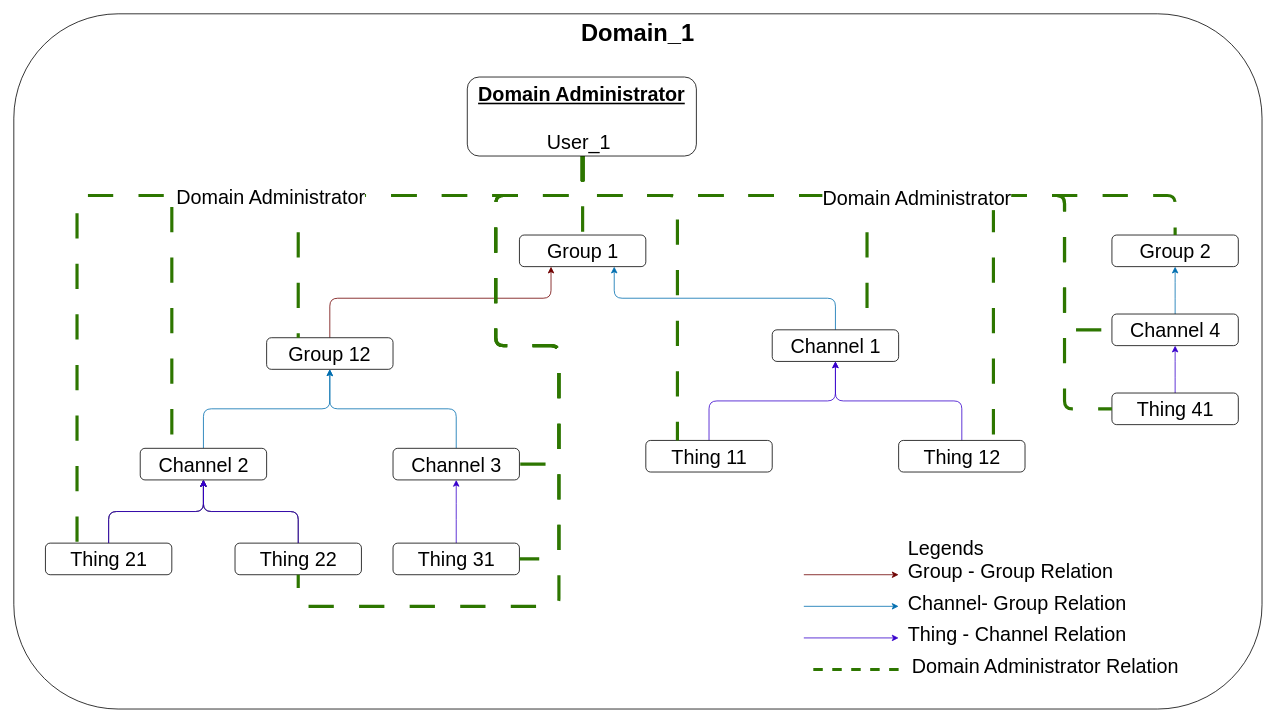
Before: docs/diagrams/domain_users_administrator.drawio in absmach/supermq-docs, a draw.io diagram. Source tidied: cells renumbered, new cells numbered last; positions are measured from the earlier drawing's top-left corner, leaving out a move shared by most shapes. Both pictures are drawn from the tidied source at 79%, with x=0, y=0 at pixel (13, 13).
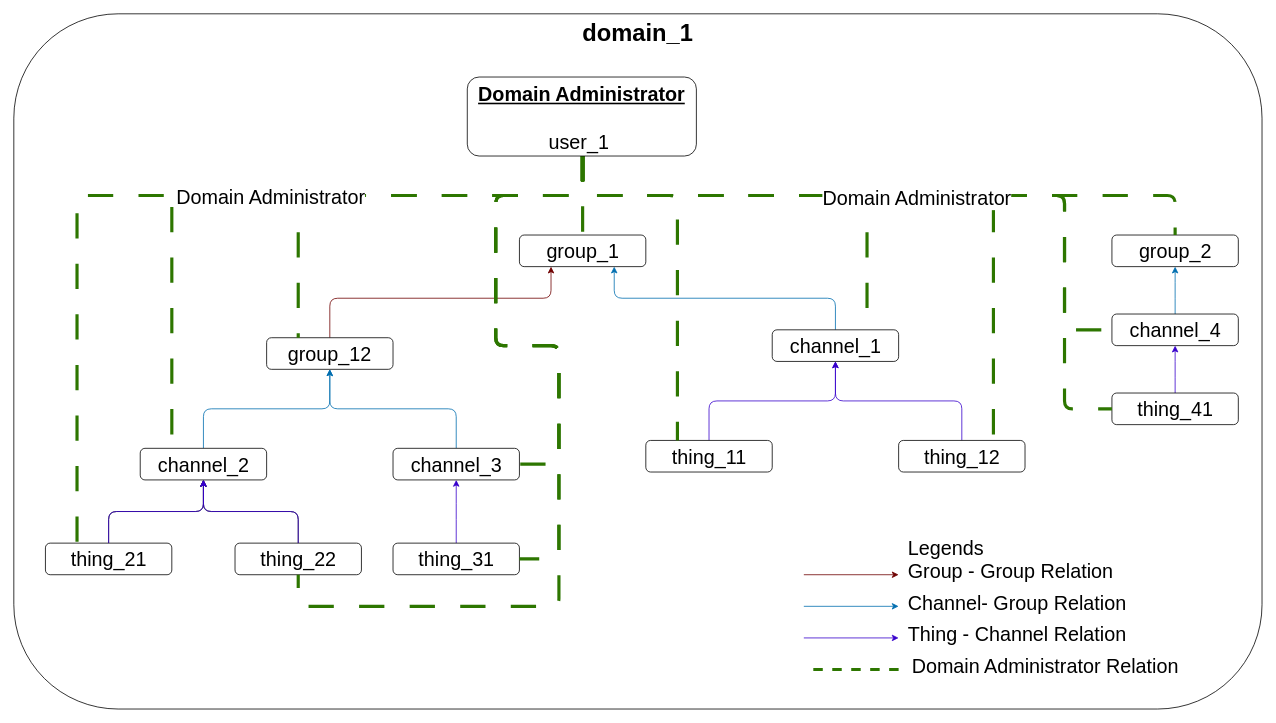
The same diagram, later.

The edit, as a diff of the source:
```diff
@@
-    <mxCell id="2" value="&lt;font style=&quot;font-size: 30px;&quot;&gt;&lt;b style=&quot;&quot;&gt;Domain_1&lt;/b&gt;&lt;/font&gt;" style="rounded=1;whiteSpace=wrap;html=1;verticalAlign=top;" parent="1" vertex="1">
+    <mxCell id="2" value="&lt;font style=&quot;font-size: 30px;&quot;&gt;&lt;b style=&quot;&quot;&gt;domain_1&lt;/b&gt;&lt;/font&gt;" style="rounded=1;whiteSpace=wrap;html=1;verticalAlign=top;" parent="1" vertex="1">
       <mxGeometry width="1580" height="880" as="geometry" />
     </mxCell>
@@
-    <mxCell id="4" value="Group 1" style="rounded=1;html=1;fontSize=25;" parent="3" vertex="1">
+    <mxCell id="4" value="group_1" style="rounded=1;html=1;fontSize=25;" parent="3" vertex="1">
       <mxGeometry x="640" y="280" width="160" height="40" as="geometry" />
     </mxCell>
@@
-    <mxCell id="6" value="Group 12" style="rounded=1;whiteSpace=wrap;html=1;fontSize=25;" parent="3" vertex="1">
+    <mxCell id="6" value="group_12" style="rounded=1;whiteSpace=wrap;html=1;fontSize=25;" parent="3" vertex="1">
       <mxGeometry x="320" y="410" width="160" height="40" as="geometry" />
     </mxCell>
@@
-    <mxCell id="8" value="Channel 2" style="rounded=1;html=1;fontSize=25;" parent="3" vertex="1">
+    <mxCell id="8" value="channel_2" style="rounded=1;html=1;fontSize=25;" parent="3" vertex="1">
       <mxGeometry x="160" y="550" width="160" height="40" as="geometry" />
     </mxCell>
@@
-    <mxCell id="10" value="Channel 3" style="rounded=1;html=1;fontSize=25;" parent="3" vertex="1">
+    <mxCell id="10" value="channel_3" style="rounded=1;html=1;fontSize=25;" parent="3" vertex="1">
       <mxGeometry x="480" y="550" width="160" height="40" as="geometry" />
     </mxCell>
@@
-    <mxCell id="12" value="Channel 1" style="rounded=1;html=1;fontSize=25;" parent="3" vertex="1">
+    <mxCell id="12" value="channel_1" style="rounded=1;html=1;fontSize=25;" parent="3" vertex="1">
       <mxGeometry x="960" y="400" width="160" height="40" as="geometry" />
     </mxCell>
@@
-    <mxCell id="14" value="Thing 11" style="rounded=1;html=1;fontSize=25;" parent="3" vertex="1">
+    <mxCell id="14" value="thing_11" style="rounded=1;html=1;fontSize=25;" parent="3" vertex="1">
       <mxGeometry x="800" y="540" width="160" height="40" as="geometry" />
     </mxCell>
@@
-    <mxCell id="16" value="Thing 12" style="rounded=1;html=1;fontSize=25;" parent="3" vertex="1">
+    <mxCell id="16" value="thing_12" style="rounded=1;html=1;fontSize=25;" parent="3" vertex="1">
       <mxGeometry x="1120" y="540" width="160" height="40" as="geometry" />
     </mxCell>
@@
-    <mxCell id="18" value="Thing 21" style="rounded=1;html=1;fontSize=25;" parent="3" vertex="1">
+    <mxCell id="18" value="thing_21" style="rounded=1;html=1;fontSize=25;" parent="3" vertex="1">
       <mxGeometry x="40" y="670" width="160" height="40" as="geometry" />
     </mxCell>
@@
-    <mxCell id="20" value="Thing 22" style="rounded=1;html=1;fontSize=25;" parent="3" vertex="1">
+    <mxCell id="20" value="thing_22" style="rounded=1;html=1;fontSize=25;" parent="3" vertex="1">
       <mxGeometry x="280" y="670" width="160" height="40" as="geometry" />
     </mxCell>
@@
-    <mxCell id="22" value="Thing 31" style="rounded=1;html=1;fontSize=25;" parent="3" vertex="1">
+    <mxCell id="22" value="thing_31" style="rounded=1;html=1;fontSize=25;" parent="3" vertex="1">
       <mxGeometry x="480" y="670" width="160" height="40" as="geometry" />
     </mxCell>
@@
-    <mxCell id="25" value="Group 2" style="rounded=1;html=1;fontSize=25;" parent="3" vertex="1">
+    <mxCell id="25" value="group_2" style="rounded=1;html=1;fontSize=25;" parent="3" vertex="1">
       <mxGeometry x="1390" y="280" width="160" height="40" as="geometry" />
     </mxCell>
@@
-    <mxCell id="27" value="Channel 4" style="rounded=1;html=1;fontSize=25;" parent="3" vertex="1">
+    <mxCell id="27" value="channel_4" style="rounded=1;html=1;fontSize=25;" parent="3" vertex="1">
       <mxGeometry x="1390" y="380" width="160" height="40" as="geometry" />
     </mxCell>
@@
-    <mxCell id="29" value="Thing 41" style="rounded=1;html=1;fontSize=25;" parent="3" vertex="1">
+    <mxCell id="29" value="thing_41" style="rounded=1;html=1;fontSize=25;" parent="3" vertex="1">
       <mxGeometry x="1390" y="480" width="160" height="40" as="geometry" />
     </mxCell>
@@
-    <mxCell id="46" value="&lt;font style=&quot;font-size: 25px;&quot;&gt;&lt;b&gt;&lt;u&gt;Domain Administrator&lt;/u&gt;&lt;/b&gt;&lt;br&gt;&lt;br&gt;User_1&amp;nbsp;&lt;/font&gt;" style="rounded=1;whiteSpace=wrap;html=1;fontSize=20;verticalAlign=top;" parent="30" vertex="1">
+    <mxCell id="46" value="&lt;font style=&quot;font-size: 25px;&quot;&gt;&lt;b&gt;&lt;u&gt;Domain Administrator&lt;/u&gt;&lt;/b&gt;&lt;br&gt;&lt;br&gt;user_1&amp;nbsp;&lt;/font&gt;" style="rounded=1;whiteSpace=wrap;html=1;fontSize=20;verticalAlign=top;" parent="30" vertex="1">
       <mxGeometry x="574" y="80" width="290" height="100" as="geometry" />
     </mxCell>
```
